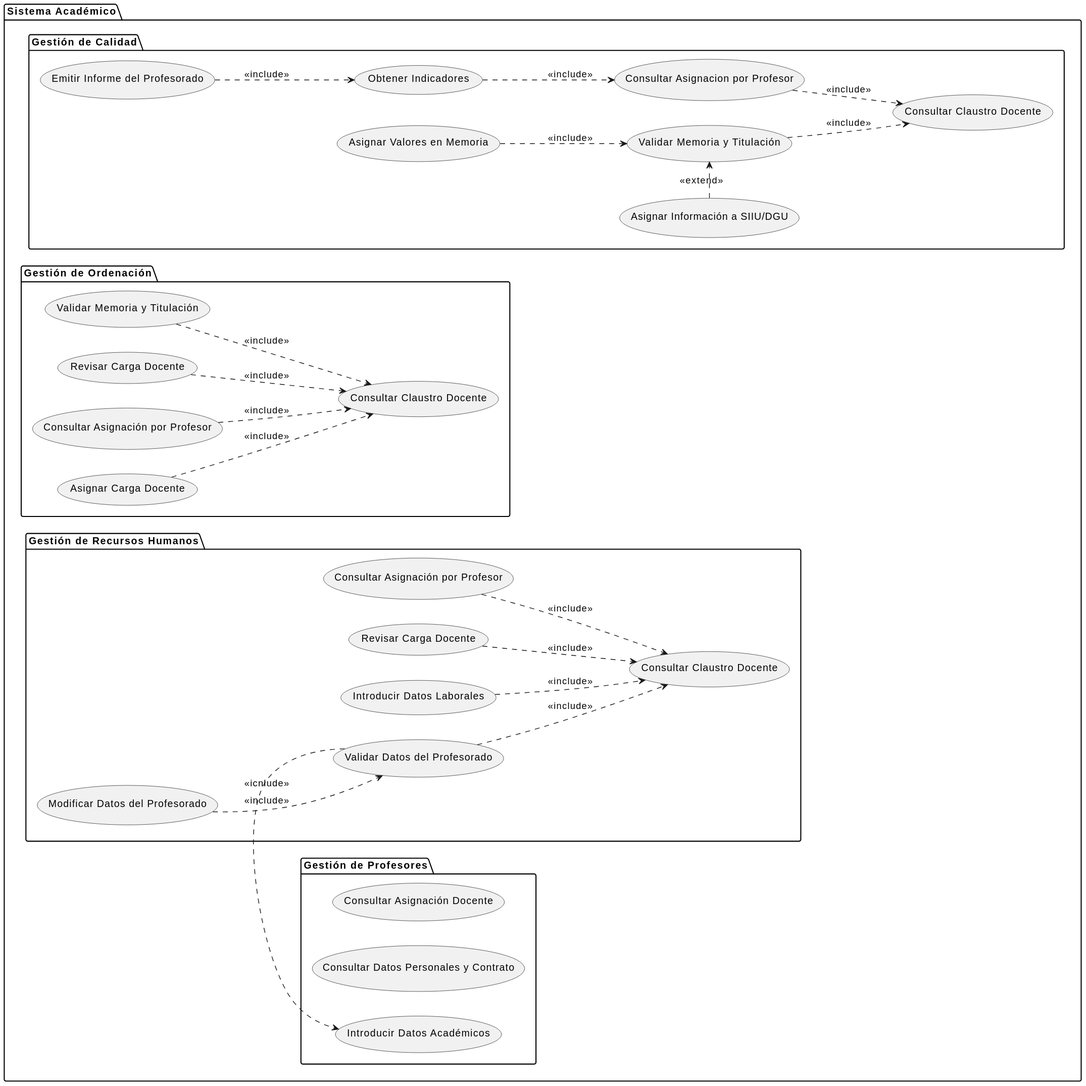
This is images/modelosUML/CdU/EstructurarCasosDeUso/Sistema.svg from mmasias/24-25-IdSw1-SDR, a PlantUML export, as it was before one commit.
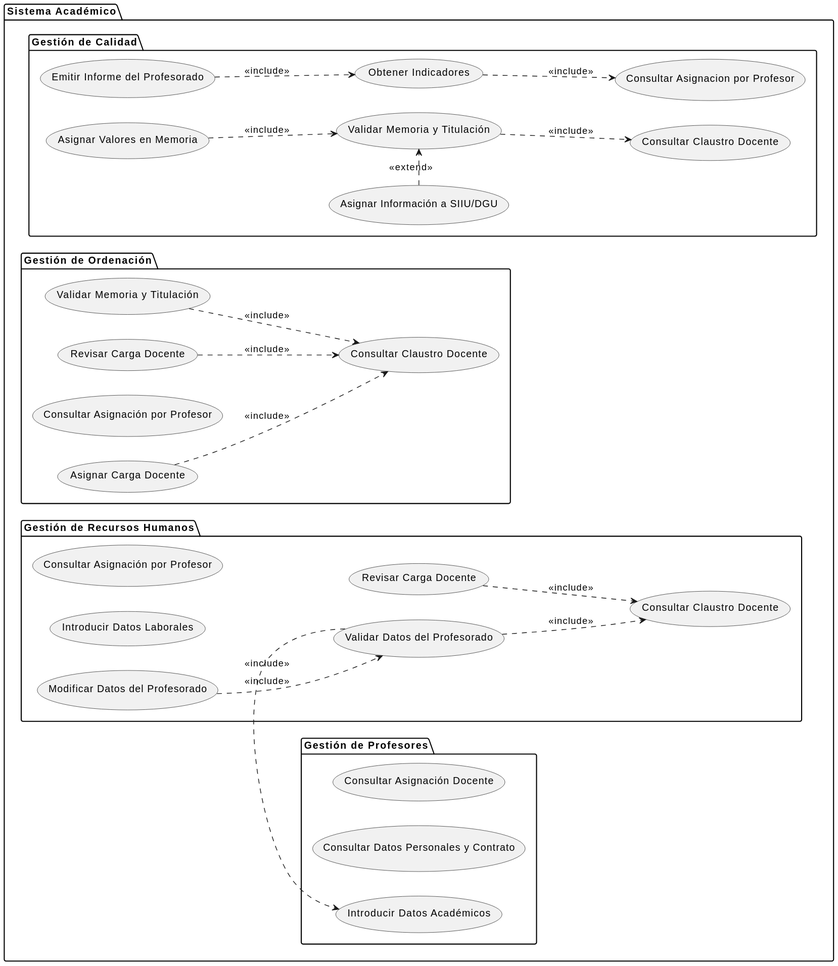
Later version of the same file.

Diff of the diagram source:
```diff
@@ -37,21 +37,17 @@
 
     ValidarDatosRRHH ..> ConsultarClaustroRRHH : <<include>>
     ModificarDatosRRHH ..> ValidarDatosRRHH : <<include>>
-    IntroducirContrato ..> ConsultarClaustroRRHH : <<include>>
-    ConsultarAsignacionRRHH ..> ConsultarClaustroRRHH : <<include>>
     RevisarCargaRRHH ..> ConsultarClaustroRRHH : <<include>>
-    ValidarDatosRRHH .> IntroducirExperiencia : <<icnlude>>
+    ValidarDatosRRHH .> IntroducirExperiencia : <<include>>
 
     AsignarCargaOrdenacion ..> ConsultarClaustroOrdenacion : <<include>>
     RevisarMemoria ..> ConsultarClaustroOrdenacion : <<include>>
-    ConsultarAsignacionOrdenacion ..> ConsultarClaustroOrdenacion : <<include>>
     RevisarCargaOrdenacion ..> ConsultarClaustroOrdenacion : <<include>>
 
     ValidarMemoria ..> ConsultarClaustroCalidad : <<include>>
     EmitirInforme ..> ObtenerIndicadores : <<include>>
     ObtenerIndicadores ..> ConsultarAsignacionCalidad : <<include>>
     AsignarValoresMemoria ..> ValidarMemoria : <<include>>
-    ConsultarAsignacionCalidad ..> ConsultarClaustroCalidad : <<include>>
 
     AsignarInformacion .> ValidarMemoria : <<extend>>
 }
```
